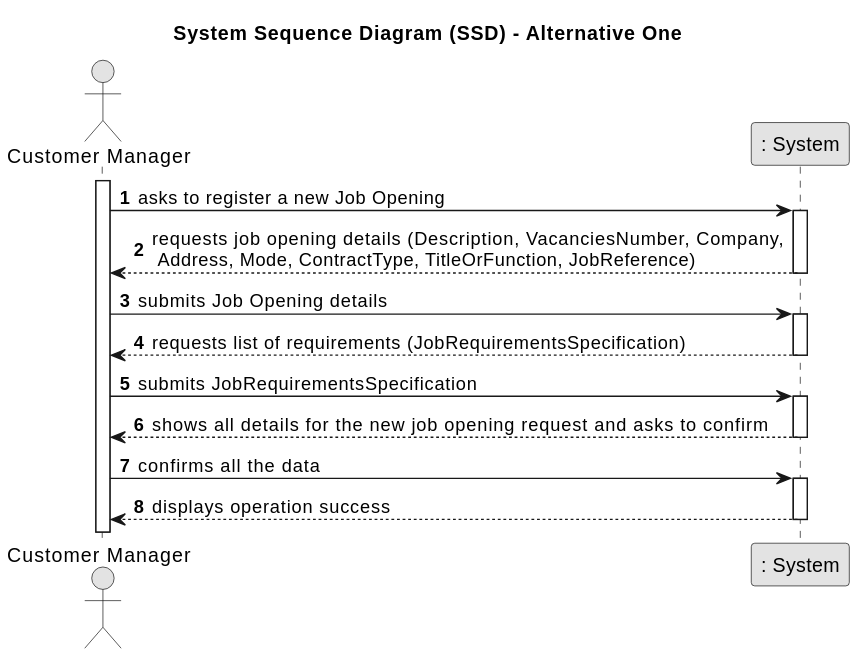
The PlantUML diagram docs/SprintB/1002/1002-system-sequence-diagram.svg in MiguelCardoso77/LAPR4, before a commit. The source it was exported from:
```plantuml
@startuml
skinparam monochrome true
skinparam packageStyle rectangle
skinparam shadowing false

title System Sequence Diagram (SSD) - Alternative One

autonumber

actor "Customer Manager" as CM
participant ": System" as System

activate CM

    CM -> System : asks to register a new Job Opening
    activate System

       System --> CM : requests job opening details (Description, VacanciesNumber, Company,\n Address, Mode, ContractType, TitleOrFunction, JobReference)
    deactivate System

    CM -> System : submits Job Opening details
    activate System

        System --> CM : requests list of requirements (JobRequirementsSpecification)
    deactivate System

    CM -> System : submits JobRequirementsSpecification
    activate System

        System --> CM : shows all details for the new job opening request and asks to confirm
    deactivate System

    CM -> System : confirms all the data
    activate System

        System --> CM : displays operation success
        deactivate System
@enduml
```
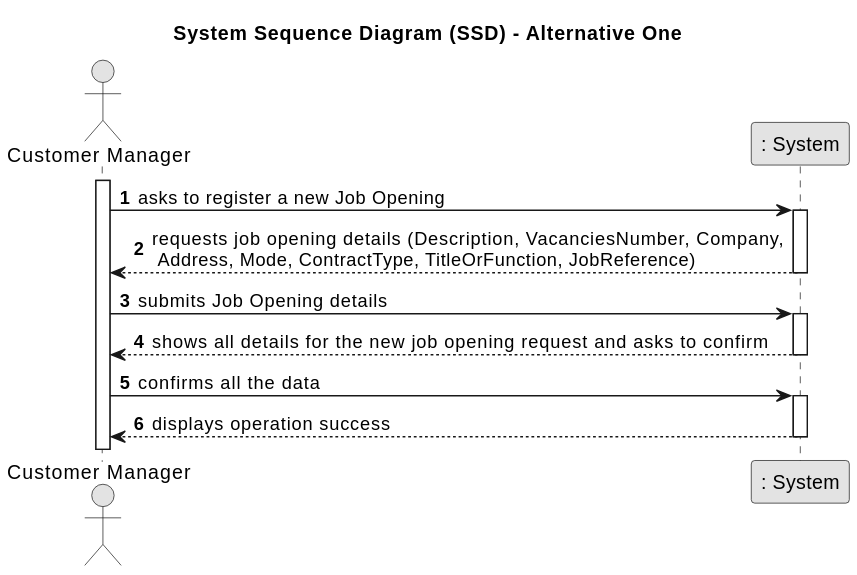
The same diagram one commit later.

Commit message:
#10 system sequence diagram

Diff of the diagram source:
```diff
@@ -21,12 +21,6 @@
     CM -> System : submits Job Opening details
     activate System
 
-        System --> CM : requests list of requirements (JobRequirementsSpecification)
-    deactivate System
-
-    CM -> System : submits JobRequirementsSpecification
-    activate System
-
         System --> CM : shows all details for the new job opening request and asks to confirm
     deactivate System
 
```
